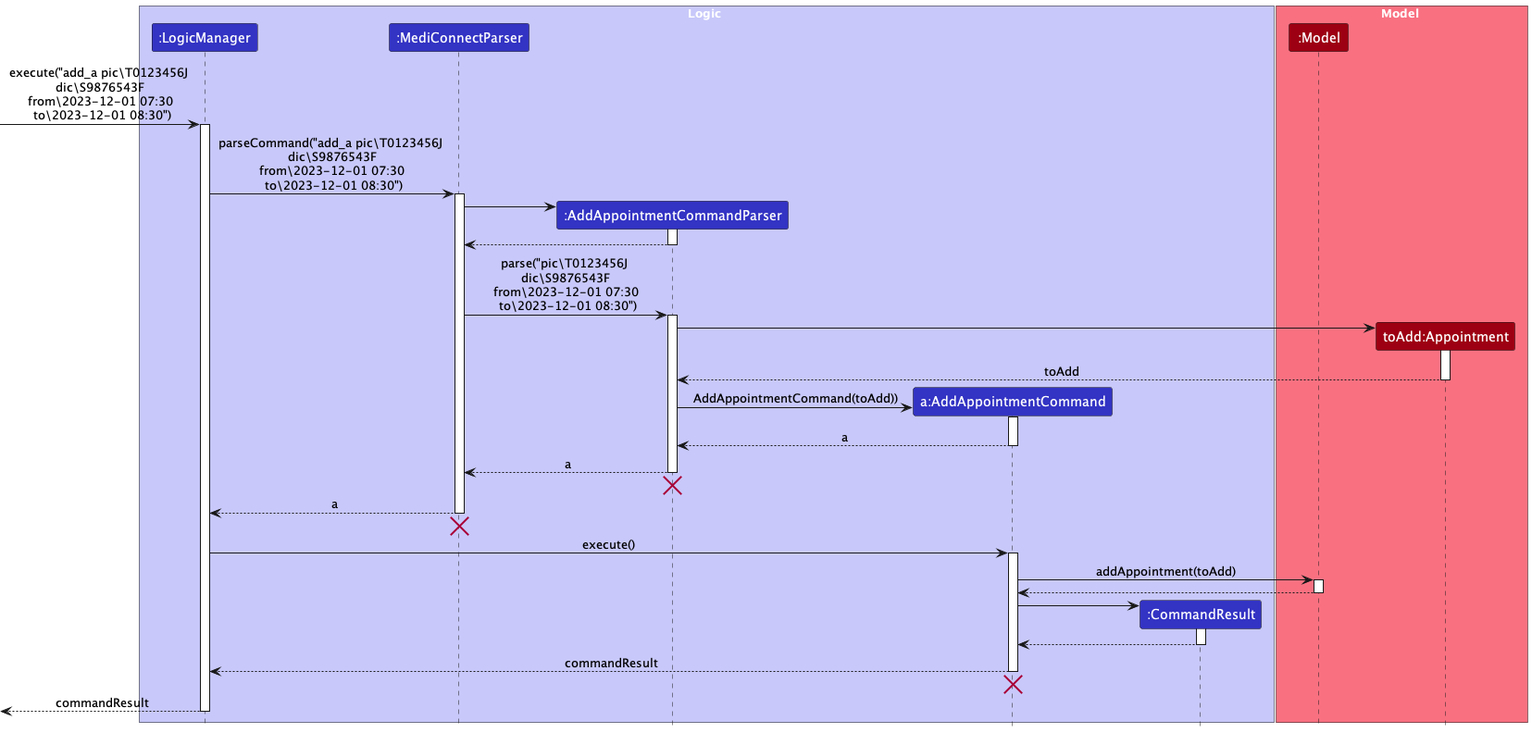
Above: docs/images/AddAppointmentSequenceDiagram.png in yanghengtang/tp (PlantUML), before the change.
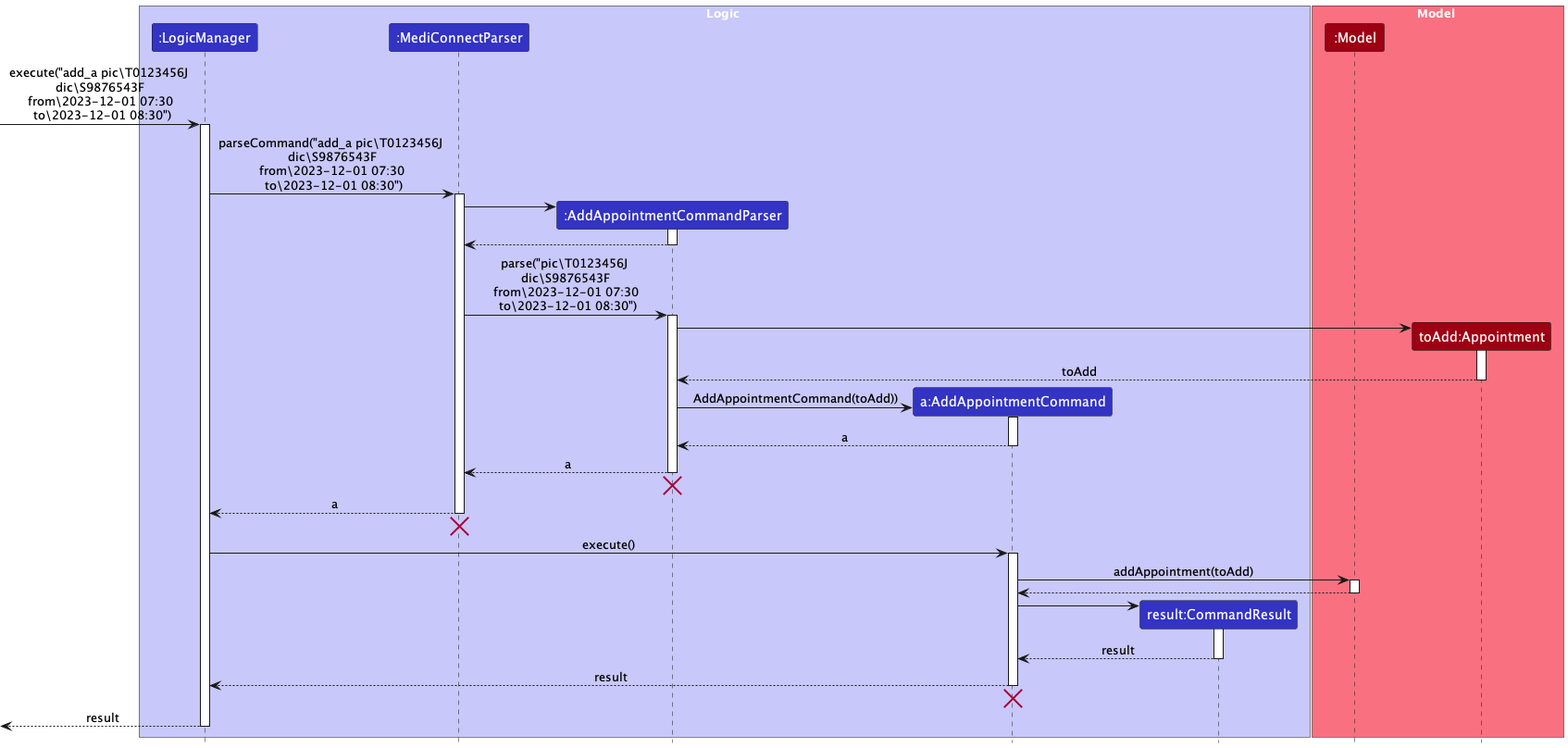
The same file after the commit.

Commit message:
Update Add/delete sequence diagrams in dg

Diff of the diagram source:
```diff
@@ -7,7 +7,7 @@
 participant ":MediConnectParser" as MediConnectParser LOGIC_COLOR
 participant ":AddAppointmentCommandParser" as AddAppointmentCommandParser LOGIC_COLOR
 participant "a:AddAppointmentCommand" as AddAppointmentCommand LOGIC_COLOR
-participant ":CommandResult" as CommandResult LOGIC_COLOR
+participant "result:CommandResult" as CommandResult LOGIC_COLOR
 end box
 
 box Model MODEL_COLOR_T1
@@ -68,14 +68,14 @@
 AddAppointmentCommand -> CommandResult
 activate CommandResult
 
-CommandResult --> AddAppointmentCommand
+CommandResult --> AddAppointmentCommand : result
 deactivate CommandResult
 
-AddAppointmentCommand --> LogicManager : commandResult
+AddAppointmentCommand --> LogicManager : result
 deactivate AddAppointmentCommand
 AddAppointmentCommand -[hidden]-> Model
 destroy AddAppointmentCommand
 
-[<--LogicManager : commandResult
+[<--LogicManager : result
 deactivate LogicManager
 @enduml
```
